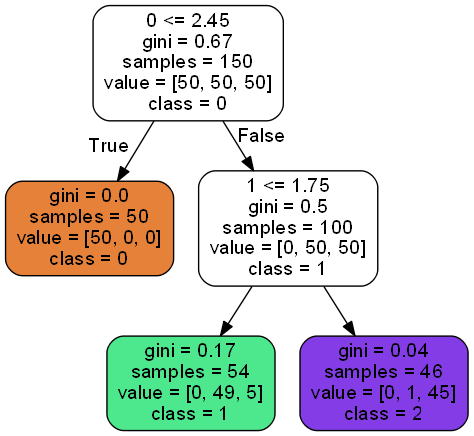
Above: Q_A_Sessions/05_decision_trees_ensemble_methods/tree.png in iubh/DLMDSML01 (Graphviz), before the change. Its source is kept beside it as Q_A_Sessions/05_decision_trees_ensemble_methods/tree.dot. The source it was exported from:
```dot
digraph Tree {
node [shape=box, style="filled, rounded", color="black", fontname=helvetica] ;
edge [fontname=helvetica] ;
0 [label="0 <= 2.45\ngini = 0.67\nsamples = 150\nvalue = [50, 50, 50]\nclass = 0", fillcolor="#ffffff"] ;
1 [label="gini = 0.0\nsamples = 50\nvalue = [50, 0, 0]\nclass = 0", fillcolor="#e58139"] ;
0 -> 1 [labeldistance=2.5, labelangle=45, headlabel="True"] ;
2 [label="1 <= 1.75\ngini = 0.5\nsamples = 100\nvalue = [0, 50, 50]\nclass = 1", fillcolor="#ffffff"] ;
0 -> 2 [labeldistance=2.5, labelangle=-45, headlabel="False"] ;
3 [label="gini = 0.17\nsamples = 54\nvalue = [0, 49, 5]\nclass = 1", fillcolor="#4de88e"] ;
2 -> 3 ;
4 [label="gini = 0.04\nsamples = 46\nvalue = [0, 1, 45]\nclass = 2", fillcolor="#843de6"] ;
2 -> 4 ;
}
```
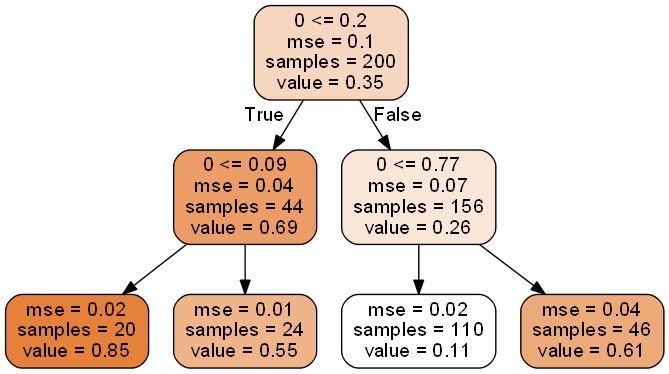
The same file after the commit.

Change to the diagram source:
```diff
@@ -1,13 +1,17 @@
 digraph Tree {
 node [shape=box, style="filled, rounded", color="black", fontname=helvetica] ;
 edge [fontname=helvetica] ;
-0 [label="0 <= 2.45\ngini = 0.67\nsamples = 150\nvalue = [50, 50, 50]\nclass = 0", fillcolor="#ffffff"] ;
-1 [label="gini = 0.0\nsamples = 50\nvalue = [50, 0, 0]\nclass = 0", fillcolor="#e58139"] ;
+0 [label="0 <= 0.2\nmse = 0.1\nsamples = 200\nvalue = 0.35", fillcolor="#f6d6be"] ;
+1 [label="0 <= 0.09\nmse = 0.04\nsamples = 44\nvalue = 0.69", fillcolor="#eb9d65"] ;
 0 -> 1 [labeldistance=2.5, labelangle=45, headlabel="True"] ;
-2 [label="1 <= 1.75\ngini = 0.5\nsamples = 100\nvalue = [0, 50, 50]\nclass = 1", fillcolor="#ffffff"] ;
-0 -> 2 [labeldistance=2.5, labelangle=-45, headlabel="False"] ;
-3 [label="gini = 0.17\nsamples = 54\nvalue = [0, 49, 5]\nclass = 1", fillcolor="#4de88e"] ;
-2 -> 3 ;
-4 [label="gini = 0.04\nsamples = 46\nvalue = [0, 1, 45]\nclass = 2", fillcolor="#843de6"] ;
-2 -> 4 ;
+2 [label="mse = 0.02\nsamples = 20\nvalue = 0.85", fillcolor="#e58139"] ;
+1 -> 2 ;
+3 [label="mse = 0.01\nsamples = 24\nvalue = 0.55", fillcolor="#f0b489"] ;
+1 -> 3 ;
+4 [label="0 <= 0.77\nmse = 0.07\nsamples = 156\nvalue = 0.26", fillcolor="#fae6d7"] ;
+0 -> 4 [labeldistance=2.5, labelangle=-45, headlabel="False"] ;
+5 [label="mse = 0.02\nsamples = 110\nvalue = 0.11", fillcolor="#ffffff"] ;
+4 -> 5 ;
+6 [label="mse = 0.04\nsamples = 46\nvalue = 0.61", fillcolor="#edaa79"] ;
+4 -> 6 ;
 }
```
